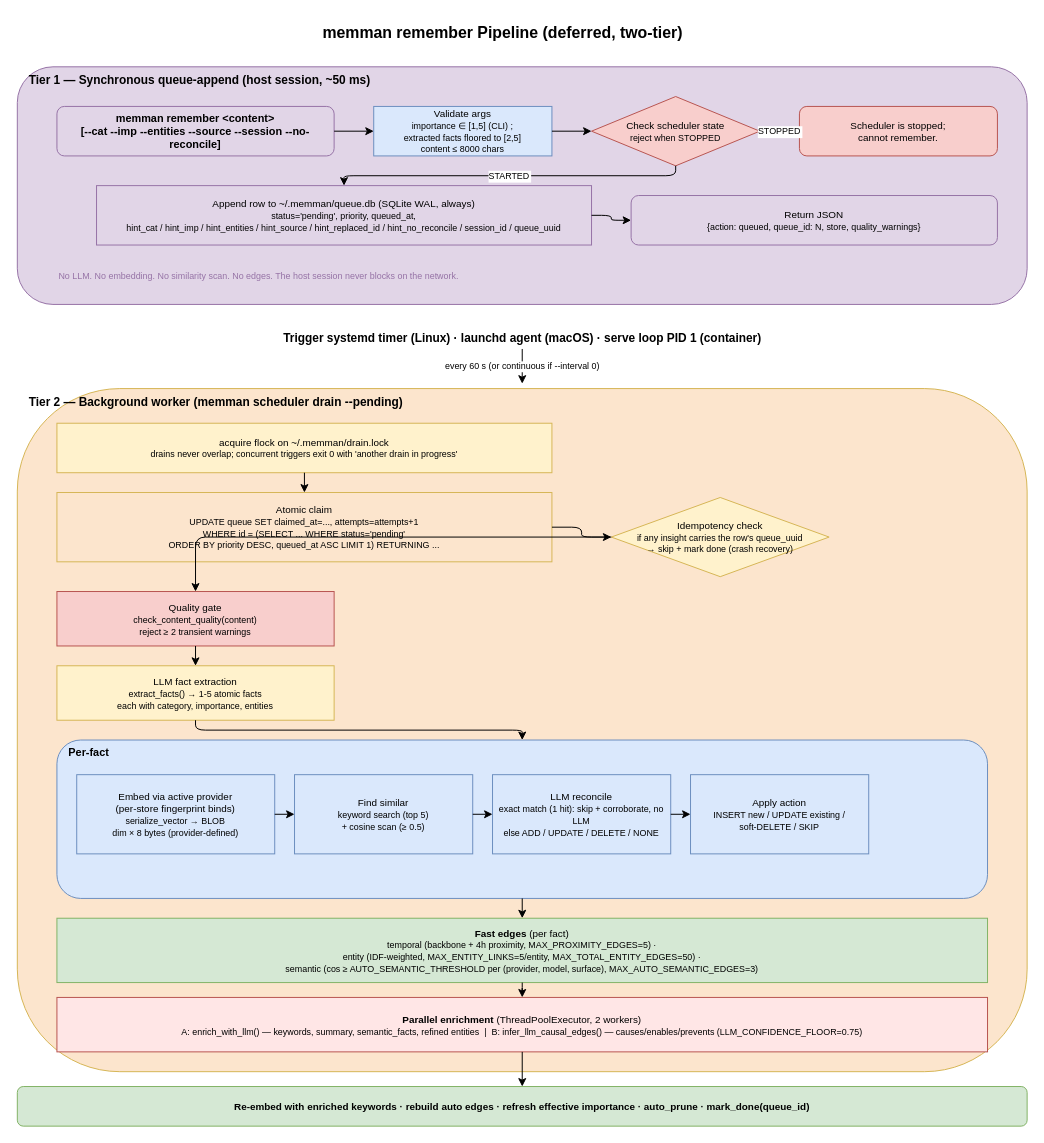
Above: docs/diagrams/02-remember-pipeline.drawio in bissli/memman (draw.io), before the change. Source tidied: cells renumbered, new cells numbered last; positions are measured from the earlier drawing's top-left corner, leaving out a move shared by most shapes. Both pictures are drawn from the tidied source at 99%, with x=0, y=0 at pixel (17, 17).
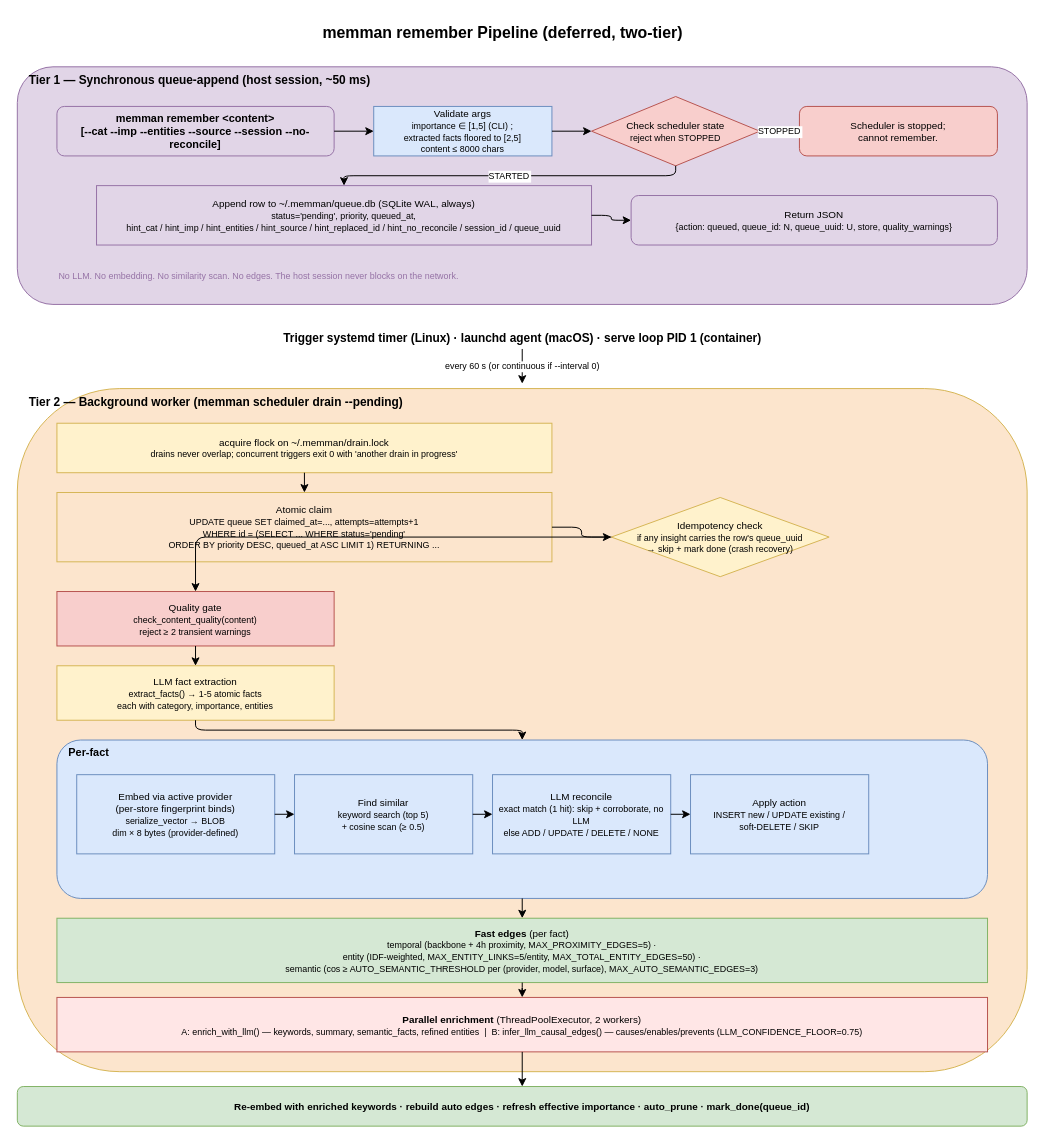
After the change.

Commit message (it also covers changes not shown here):
docs: record queue_uuid resolution and the --basic ignored-flag list

Change to the diagram source:
```diff
@@
-    <mxCell id="9" value="Return JSON&lt;br&gt;&lt;font style=&quot;font-size:9px&quot;&gt;{action: queued, queue_id: N, store, quality_warnings}&lt;/font&gt;" style="rounded=1;whiteSpace=wrap;html=1;fillColor=#e1d5e7;strokeColor=#9673a6;fontSize=10;" parent="1" vertex="1">
+    <mxCell id="9" value="Return JSON&lt;br&gt;&lt;font style=&quot;font-size:9px&quot;&gt;{action: queued, queue_id: N, queue_uuid: U, store, quality_warnings}&lt;/font&gt;" style="rounded=1;whiteSpace=wrap;html=1;fillColor=#e1d5e7;strokeColor=#9673a6;fontSize=10;" parent="1" vertex="1">
       <mxGeometry x="620" y="180" width="370" height="50" as="geometry" />
     </mxCell>
```
